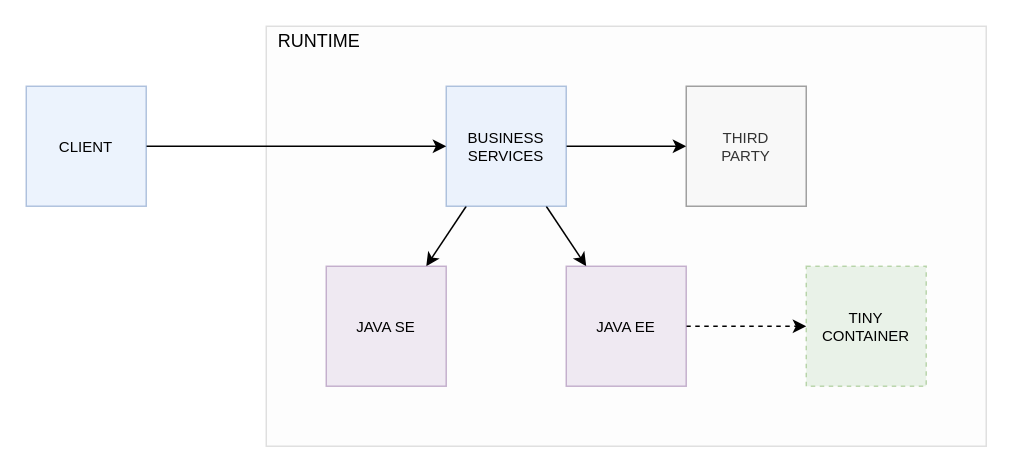
Earlier version of the draw.io diagram page "App Dependencies" (3 of 14) of docs/container.drawio (js-lib-com/tiny-container). Source tidied: cells renumbered, new cells numbered last; positions are measured from the earlier drawing's top-left corner, leaving out a move shared by most shapes. Both pictures are drawn from the tidied source at 150%, with x=0, y=0 at pixel (26, 26).
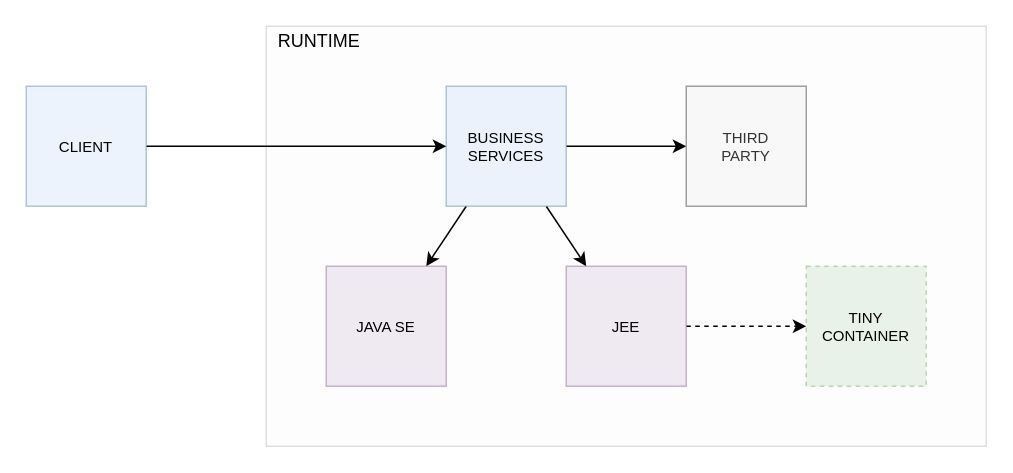
After the change.

Commit message:
Update couple container diagrams from GitHub Wiki.

Diff of the diagram source:
```diff
@@
 <mxGraphModel>
   <root>
     <mxCell id="0" />
     <mxCell id="1" parent="0" />
     <mxCell id="2" style="rounded=0;whiteSpace=wrap;html=1;fontSize=10;opacity=20;fillColor=#f5f5f5;strokeColor=#666666;fontColor=#333333;" parent="1" vertex="1">
       <mxGeometry x="160" width="480" height="280" as="geometry" />
     </mxCell>
     <mxCell id="3" style="rounded=0;jettySize=auto;html=1;fontSize=11;" parent="1" edge="1" source="6" target="7">
       <mxGeometry relative="1" as="geometry" />
     </mxCell>
     <mxCell id="4" style="edgeStyle=none;rounded=0;jettySize=auto;html=1;fontSize=11;" parent="1" edge="1" source="6" target="9">
       <mxGeometry relative="1" as="geometry" />
     </mxCell>
     <mxCell id="5" style="edgeStyle=none;rounded=0;jettySize=auto;html=1;fontSize=11;" parent="1" edge="1" source="6" target="11">
       <mxGeometry relative="1" as="geometry" />
     </mxCell>
     <mxCell id="6" value="BUSINESS&lt;br style=&quot;font-size: 10px;&quot;&gt;SERVICES" style="whiteSpace=wrap;html=1;fontSize=10;fillColor=#dae8fc;strokeColor=#6c8ebf;opacity=50;" parent="1" vertex="1">
       <mxGeometry x="280" y="40" width="80" height="80" as="geometry" />
     </mxCell>
     <mxCell id="7" value="JAVA SE" style="whiteSpace=wrap;html=1;fontSize=10;fillColor=#e1d5e7;strokeColor=#9673a6;opacity=50;" parent="1" vertex="1">
       <mxGeometry x="200" y="160" width="80" height="80" as="geometry" />
     </mxCell>
     <mxCell id="8" style="edgeStyle=none;rounded=0;jettySize=auto;html=1;dashed=1;fontSize=11;" parent="1" edge="1" source="9" target="10">
       <mxGeometry relative="1" as="geometry" />
     </mxCell>
-    <mxCell id="9" value="JAVA EE" style="whiteSpace=wrap;html=1;fontSize=10;fillColor=#e1d5e7;strokeColor=#9673a6;opacity=50;" parent="1" vertex="1">
+    <mxCell id="9" value="JEE" style="whiteSpace=wrap;html=1;fontSize=10;fillColor=#e1d5e7;strokeColor=#9673a6;opacity=50;" parent="1" vertex="1">
       <mxGeometry x="360" y="160" width="80" height="80" as="geometry" />
     </mxCell>
     <mxCell id="10" value="TINY&lt;br style=&quot;font-size: 10px;&quot;&gt;CONTAINER" style="whiteSpace=wrap;html=1;fontSize=10;fillColor=#d5e8d4;strokeColor=#82b366;opacity=50;dashed=1;" parent="1" vertex="1">
       <mxGeometry x="520" y="160" width="80" height="80" as="geometry" />
     </mxCell>
     <mxCell id="11" value="THIRD&lt;br&gt;PARTY" style="whiteSpace=wrap;html=1;fontSize=10;fillColor=#f5f5f5;strokeColor=#666666;fontColor=#333333;opacity=60;" parent="1" vertex="1">
       <mxGeometry x="440" y="40" width="80" height="80" as="geometry" />
     </mxCell>
     <mxCell id="12" style="edgeStyle=none;rounded=0;jettySize=auto;html=1;fontSize=12;" parent="1" edge="1" source="13" target="6">
       <mxGeometry relative="1" as="geometry" />
     </mxCell>
     <mxCell id="13" value="CLIENT" style="whiteSpace=wrap;html=1;fontSize=10;opacity=50;fillColor=#dae8fc;strokeColor=#6c8ebf;" parent="1" vertex="1">
       <mxGeometry y="40" width="80" height="80" as="geometry" />
     </mxCell>
     <mxCell id="14" value="RUNTIME" style="text;html=1;align=center;verticalAlign=middle;strokeColor=none;fillColor=none;fontSize=12;" parent="1" vertex="1">
       <mxGeometry x="160" width="70" height="20" as="geometry" />
     </mxCell>
   </root>
 </mxGraphModel>
```
